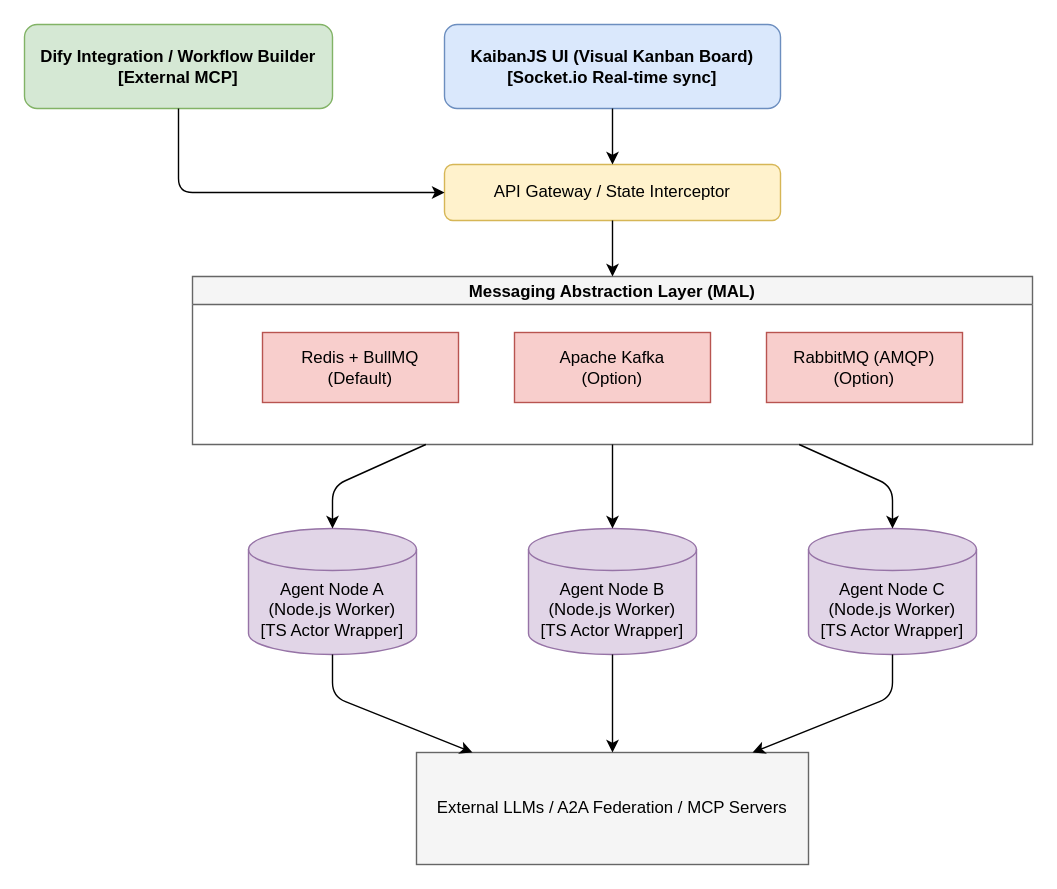
Before: docs/research/system-architecture.drawio in andreibesleaga/kaiban-distributed, a draw.io diagram. Source tidied: cells renumbered, new cells numbered last; positions are measured from the earlier drawing's top-left corner, leaving out a move shared by most shapes. Both pictures are drawn from the tidied source at 140%, with x=0, y=0 at pixel (24, 24).
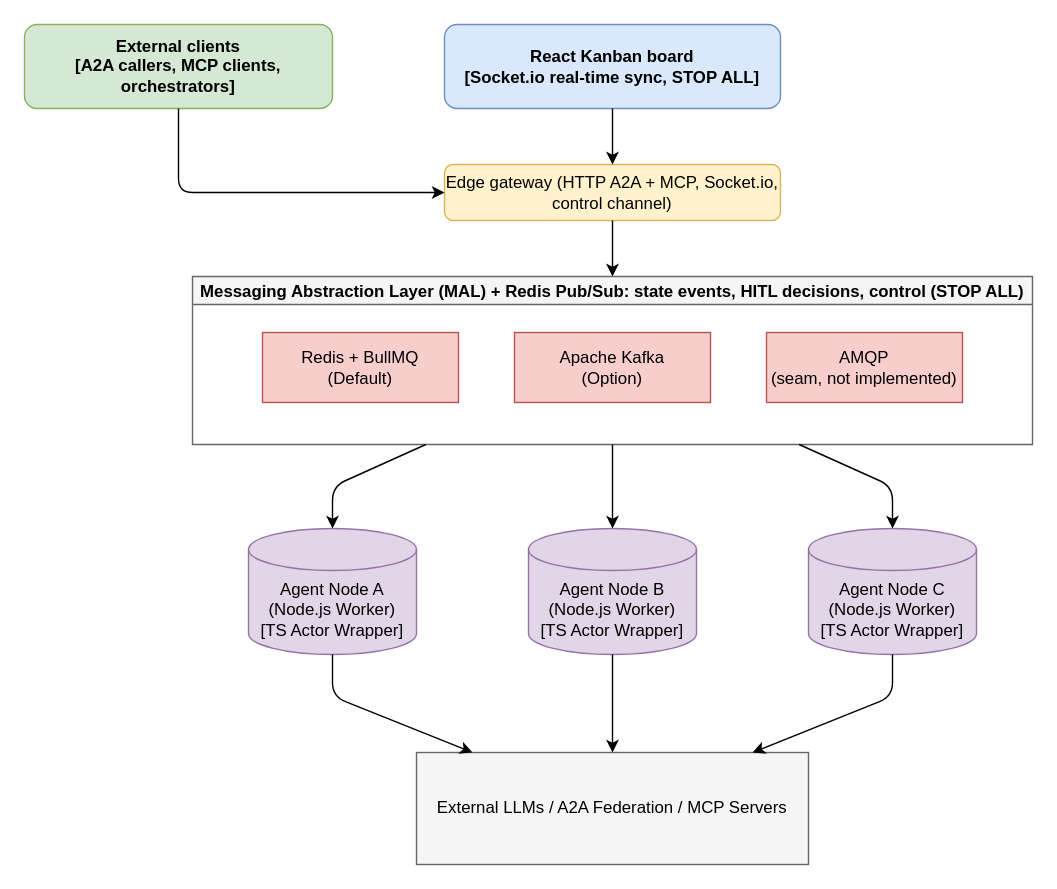
After the change.

Commit message (it also covers changes not shown here):
docs: redraw system-architecture.png from the corrected drawio source and link it

Diff of the diagram source:
```diff
@@
-    <mxCell id="2" value="KaibanJS UI (Visual Kanban Board)&#10;[Socket.io Real-time sync]" style="rounded=1;whiteSpace=wrap;html=1;fillColor=#dae8fc;strokeColor=#6c8ebf;fontStyle=1;" parent="1" vertex="1">
+    <mxCell id="2" value="React Kanban board&#10;[Socket.io real-time sync, STOP ALL]" style="rounded=1;whiteSpace=wrap;html=1;fillColor=#dae8fc;strokeColor=#6c8ebf;fontStyle=1;" parent="1" vertex="1">
       <mxGeometry x="300" width="240" height="60" as="geometry" />
     </mxCell>
-    <mxCell id="3" value="Dify Integration / Workflow Builder&#10;[External MCP]" style="rounded=1;whiteSpace=wrap;html=1;fillColor=#d5e8d4;strokeColor=#82b366;fontStyle=1;" parent="1" vertex="1">
+    <mxCell id="3" value="External clients&#10;[A2A callers, MCP clients, orchestrators]" style="rounded=1;whiteSpace=wrap;html=1;fillColor=#d5e8d4;strokeColor=#82b366;fontStyle=1;" parent="1" vertex="1">
       <mxGeometry width="220" height="60" as="geometry" />
     </mxCell>
-    <mxCell id="4" value="API Gateway / State Interceptor" style="rounded=1;whiteSpace=wrap;html=1;fillColor=#fff2cc;strokeColor=#d6b656;" parent="1" vertex="1">
+    <mxCell id="4" value="Edge gateway (HTTP A2A + MCP, Socket.io, control channel)" style="rounded=1;whiteSpace=wrap;html=1;fillColor=#fff2cc;strokeColor=#d6b656;" parent="1" vertex="1">
       <mxGeometry x="300" y="100" width="240" height="40" as="geometry" />
     </mxCell>
-    <mxCell id="5" value="Messaging Abstraction Layer (MAL)" style="swimlane;startSize=20;horizontal=1;fillColor=#f5f5f5;fontStyle=1;strokeColor=#666666;" parent="1" vertex="1">
+    <mxCell id="5" value="Messaging Abstraction Layer (MAL) + Redis Pub/Sub: state events, HITL decisions, control (STOP ALL)" style="swimlane;startSize=20;horizontal=1;fillColor=#f5f5f5;fontStyle=1;strokeColor=#666666;" parent="1" vertex="1">
       <mxGeometry x="120" y="180" width="600" height="120" as="geometry" />
     </mxCell>
@@
-    <mxCell id="8" value="RabbitMQ (AMQP)&#10;(Option)" style="rounded=0;whiteSpace=wrap;html=1;fillColor=#f8cecc;strokeColor=#b85450;" parent="5" vertex="1">
+    <mxCell id="8" value="AMQP&#10;(seam, not implemented)" style="rounded=0;whiteSpace=wrap;html=1;fillColor=#f8cecc;strokeColor=#b85450;" parent="5" vertex="1">
       <mxGeometry x="410" y="40" width="140" height="50" as="geometry" />
     </mxCell>
```
